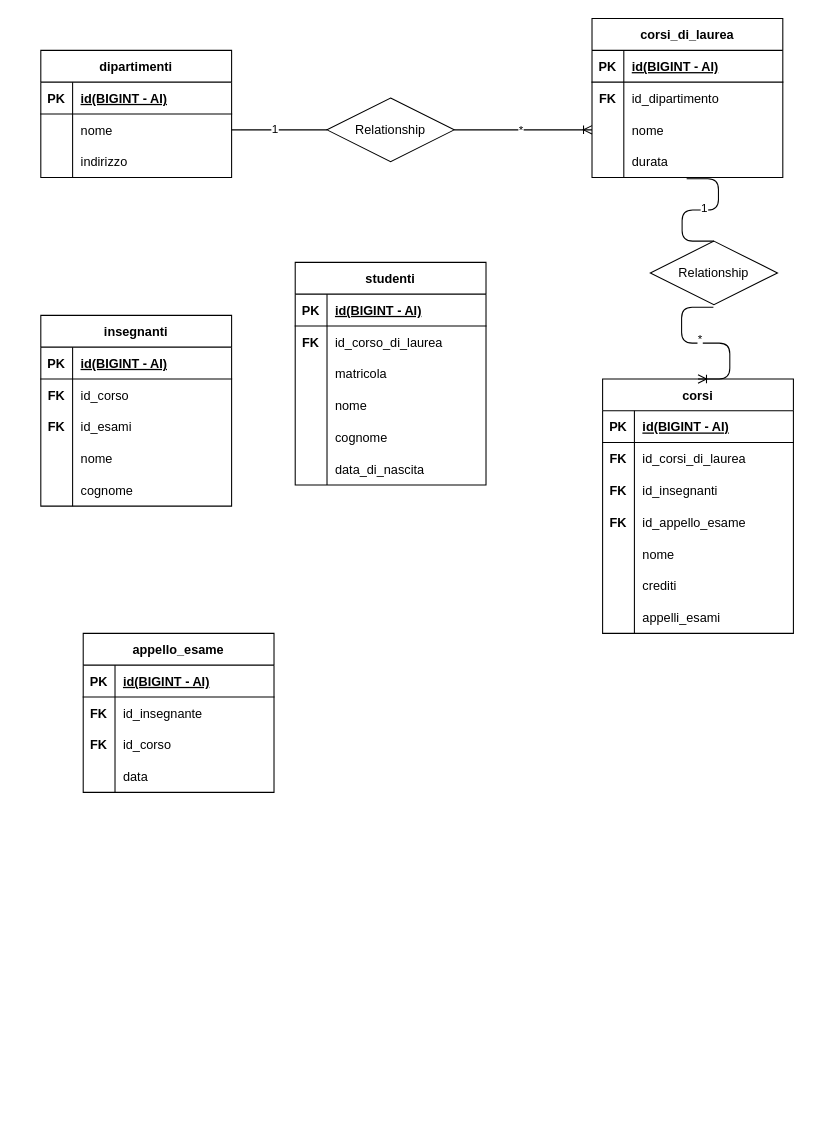
EmilioDeChiara3388/db-university keeps this draw.io diagram as university.drawio. Above is the earlier version. Source tidied: cells renumbered, new cells numbered last; positions are measured from the earlier drawing's top-left corner, leaving out a move shared by most shapes. Both pictures are drawn from the tidied source at 106%, with x=0, y=0 at pixel (40, 18).
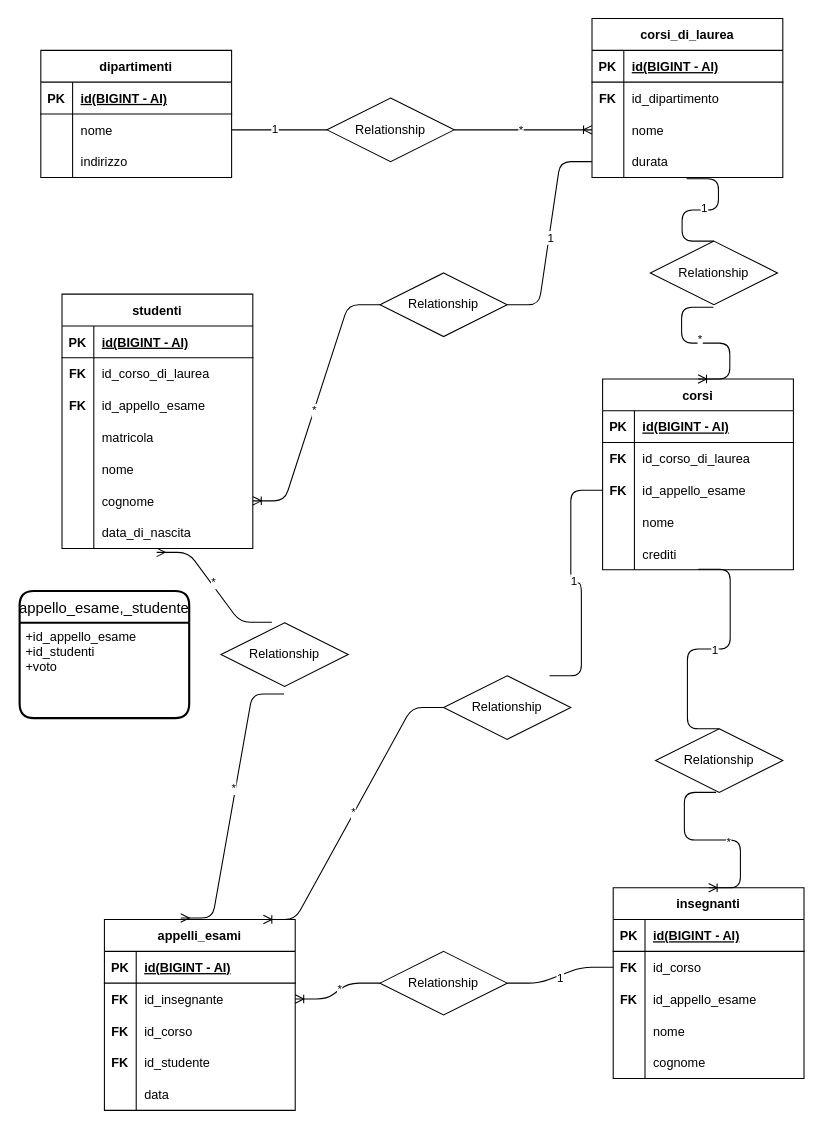
The same diagram, later.

Commit message (it also covers changes not shown here):
add: relationship and fixed entities

The change refers to these unchanged cells:
```xml
<mxCell id="22" style="shape=tableRow;horizontal=0;startSize=0;swimlaneHead=0;swimlaneBody=0;fillColor=none;points=[[0,0.5],[1,0.5]];portConstraint=eastwest;top=0;left=0;right=0;bottom=0;" parent="12" vertex="1">
  <mxGeometry y="120" width="180" height="30" as="geometry" />
</mxCell>
<mxCell id="29" style="shape=tableRow;horizontal=0;startSize=0;swimlaneHead=0;swimlaneBody=0;fillColor=none;points=[[0,0.5],[1,0.5]];portConstraint=eastwest;top=0;left=0;right=0;bottom=0;" parent="25" vertex="1">
  <mxGeometry y="60" width="180" height="30" as="geometry" />
</mxCell>
<mxCell id="32" style="shape=tableRow;horizontal=0;startSize=0;swimlaneHead=0;swimlaneBody=0;fillColor=none;top=0;left=0;right=0;bottom=0;" parent="25" vertex="1">
  <mxGeometry y="90" width="180" height="30" as="geometry" />
</mxCell>
<mxCell id="45" style="shape=tableRow;horizontal=0;startSize=0;swimlaneHead=0;swimlaneBody=0;fillColor=none;points=[[0,0.5],[1,0.5]];portConstraint=eastwest;top=0;left=0;right=0;bottom=0;" parent="41" vertex="1">
  <mxGeometry y="60" width="180" height="30" as="geometry" />
</mxCell>
<mxCell id="51" style="shape=tableRow;horizontal=0;startSize=0;swimlaneHead=0;swimlaneBody=0;fillColor=none;top=0;left=0;right=0;bottom=0;" parent="41" vertex="1">
  <mxGeometry y="120" width="180" height="30" as="geometry" />
</mxCell>
<mxCell id="58" style="shape=tableRow;horizontal=0;startSize=0;swimlaneHead=0;swimlaneBody=0;fillColor=none;top=0;left=0;right=0;bottom=0;" parent="54" vertex="1">
  <mxGeometry y="60" width="180" height="30" as="geometry" />
</mxCell>
```

What changed in the source:
```diff
@@
     <mxCell id="25" value="insegnanti" style="shape=table;startSize=30;childLayout=tableLayout;rowLines=0;fontStyle=1;align=center;" parent="1" vertex="1">
-      <mxGeometry y="280" width="180" height="180" as="geometry" />
+      <mxGeometry x="540" y="820" width="180" height="180" as="geometry" />
     </mxCell>
@@
-    <mxCell id="34" value="id_esami" style="shape=partialRectangle;fillColor=none;top=0;left=0;bottom=0;right=0;align=left;spacingLeft=6;overflow=hidden;" parent="32" vertex="1">
+    <mxCell id="34" value="id_appello_esame" style="shape=partialRectangle;fillColor=none;top=0;left=0;bottom=0;right=0;align=left;spacingLeft=6;overflow=hidden;" parent="32" vertex="1">
       <mxGeometry x="30" width="150" height="30" as="geometry" />
     </mxCell>
@@
-    <mxCell id="41" value="appello_esame" style="shape=table;startSize=30;childLayout=tableLayout;rowLines=0;fontStyle=1;align=center;" parent="1" vertex="1">
-      <mxGeometry x="40" y="580" width="180" height="150" as="geometry" />
+    <mxCell id="41" value="appelli_esami" style="shape=table;startSize=30;childLayout=tableLayout;rowLines=0;fontStyle=1;align=center;" parent="1" vertex="1">
+      <mxGeometry x="60" y="850" width="180" height="180" as="geometry" />
     </mxCell>
@@
-    <mxCell id="52" style="shape=partialRectangle;fillColor=none;top=0;left=0;bottom=0;right=0;overflow=hidden;" parent="51" vertex="1">
+    <mxCell id="52" value="FK" style="shape=partialRectangle;fillColor=none;top=0;left=0;bottom=0;right=0;overflow=hidden;fontStyle=1;" parent="51" vertex="1">
       <mxGeometry width="30" height="30" as="geometry" />
     </mxCell>
-    <mxCell id="53" value="data" style="shape=partialRectangle;fillColor=none;top=0;left=0;bottom=0;right=0;align=left;spacingLeft=6;overflow=hidden;" parent="51" vertex="1">
+    <mxCell id="53" value="id_studente" style="shape=partialRectangle;fillColor=none;top=0;left=0;bottom=0;right=0;align=left;spacingLeft=6;overflow=hidden;" parent="51" vertex="1">
       <mxGeometry x="30" width="150" height="30" as="geometry" />
     </mxCell>
+    <mxCell id="105" style="shape=tableRow;horizontal=0;startSize=0;swimlaneHead=0;swimlaneBody=0;fillColor=none;top=0;left=0;right=0;bottom=0;" parent="41" vertex="1">
+      <mxGeometry y="150" width="180" height="30" as="geometry" />
+    </mxCell>
+    <mxCell id="106" style="shape=partialRectangle;fillColor=none;top=0;left=0;bottom=0;right=0;overflow=hidden;fontStyle=1;" parent="105" vertex="1">
+      <mxGeometry width="30" height="30" as="geometry" />
+    </mxCell>
+    <mxCell id="107" value="data" style="shape=partialRectangle;fillColor=none;top=0;left=0;bottom=0;right=0;align=left;spacingLeft=6;overflow=hidden;" parent="105" vertex="1">
+      <mxGeometry x="30" width="150" height="30" as="geometry" />
+    </mxCell>
     <mxCell id="54" value="corsi" style="shape=table;startSize=30;childLayout=tableLayout;rowLines=0;fontStyle=1;align=center;" parent="1" vertex="1">
-      <mxGeometry x="530" y="340" width="180" height="240" as="geometry" />
+      <mxGeometry x="530" y="340" width="180" height="180" as="geometry" />
     </mxCell>
@@
-    <mxCell id="60" value="id_corsi_di_laurea" style="shape=partialRectangle;fillColor=none;top=0;left=0;bottom=0;right=0;align=left;spacingLeft=6;overflow=hidden;" parent="58" vertex="1">
+    <mxCell id="60" value="id_corso_di_laurea" style="shape=partialRectangle;fillColor=none;top=0;left=0;bottom=0;right=0;align=left;spacingLeft=6;overflow=hidden;" parent="58" vertex="1">
       <mxGeometry x="30" width="150" height="30" as="geometry" />
     </mxCell>
-    <mxCell id="61" style="shape=tableRow;horizontal=0;startSize=0;swimlaneHead=0;swimlaneBody=0;fillColor=none;top=0;left=0;right=0;bottom=0;" parent="54" vertex="1">
-      <mxGeometry y="90" width="180" height="30" as="geometry" />
-    </mxCell>
-    <mxCell id="62" value="FK" style="shape=partialRectangle;fillColor=none;top=0;left=0;bottom=0;right=0;overflow=hidden;fontStyle=1;" parent="61" vertex="1">
-      <mxGeometry width="30" height="30" as="geometry" />
-    </mxCell>
-    <mxCell id="63" value="id_insegnanti" style="shape=partialRectangle;fillColor=none;top=0;left=0;bottom=0;right=0;align=left;spacingLeft=6;overflow=hidden;" parent="61" vertex="1">
-      <mxGeometry x="30" width="150" height="30" as="geometry" />
-    </mxCell>
     <mxCell id="64" style="shape=tableRow;horizontal=0;startSize=0;swimlaneHead=0;swimlaneBody=0;fillColor=none;points=[[0,0.5],[1,0.5]];portConstraint=eastwest;top=0;left=0;right=0;bottom=0;" parent="54" vertex="1">
-      <mxGeometry y="120" width="180" height="30" as="geometry" />
+      <mxGeometry y="90" width="180" height="30" as="geometry" />
     </mxCell>
@@
     <mxCell id="67" style="shape=tableRow;horizontal=0;startSize=0;swimlaneHead=0;swimlaneBody=0;fillColor=none;top=0;left=0;right=0;bottom=0;" parent="54" vertex="1">
-      <mxGeometry y="150" width="180" height="30" as="geometry" />
+      <mxGeometry y="120" width="180" height="30" as="geometry" />
     </mxCell>
@@
     <mxCell id="70" style="shape=tableRow;horizontal=0;startSize=0;swimlaneHead=0;swimlaneBody=0;fillColor=none;points=[[0,0.5],[1,0.5]];portConstraint=eastwest;top=0;left=0;right=0;bottom=0;" parent="54" vertex="1">
-      <mxGeometry y="180" width="180" height="30" as="geometry" />
+      <mxGeometry y="150" width="180" height="30" as="geometry" />
     </mxCell>
@@
-    <mxCell id="73" style="shape=tableRow;horizontal=0;startSize=0;swimlaneHead=0;swimlaneBody=0;fillColor=none;top=0;left=0;right=0;bottom=0;" parent="54" vertex="1">
-      <mxGeometry y="210" width="180" height="30" as="geometry" />
-    </mxCell>
-    <mxCell id="74" style="shape=partialRectangle;fillColor=none;top=0;left=0;bottom=0;right=0;overflow=hidden;" parent="73" vertex="1">
-      <mxGeometry width="30" height="30" as="geometry" />
-    </mxCell>
-    <mxCell id="75" value="appelli_esami" style="shape=partialRectangle;fillColor=none;top=0;left=0;bottom=0;right=0;align=left;spacingLeft=6;overflow=hidden;" parent="73" vertex="1">
-      <mxGeometry x="30" width="150" height="30" as="geometry" />
-    </mxCell>
     <mxCell id="76" value="studenti" style="shape=table;startSize=30;childLayout=tableLayout;rowLines=0;fontStyle=1;align=center;" parent="1" vertex="1">
-      <mxGeometry x="240" y="230" width="180" height="210" as="geometry" />
+      <mxGeometry x="20" y="260" width="180" height="240" as="geometry" />
     </mxCell>
@@
+    <mxCell id="61" style="shape=tableRow;horizontal=0;startSize=0;swimlaneHead=0;swimlaneBody=0;fillColor=none;top=0;left=0;right=0;bottom=0;" parent="76" vertex="1">
+      <mxGeometry y="90" width="180" height="30" as="geometry" />
+    </mxCell>
+    <mxCell id="62" value="FK" style="shape=partialRectangle;fillColor=none;top=0;left=0;bottom=0;right=0;overflow=hidden;fontStyle=1;" parent="61" vertex="1">
+      <mxGeometry width="30" height="30" as="geometry" />
+    </mxCell>
+    <mxCell id="108" value="id_appello_esame" style="shape=partialRectangle;fillColor=none;top=0;left=0;bottom=0;right=0;align=left;spacingLeft=6;overflow=hidden;" parent="61" vertex="1">
+      <mxGeometry x="30" width="150" height="30" as="geometry" />
+    </mxCell>
     <mxCell id="83" style="shape=tableRow;horizontal=0;startSize=0;swimlaneHead=0;swimlaneBody=0;fillColor=none;top=0;left=0;right=0;bottom=0;" parent="76" vertex="1">
-      <mxGeometry y="90" width="180" height="30" as="geometry" />
+      <mxGeometry y="120" width="180" height="30" as="geometry" />
     </mxCell>
@@
     <mxCell id="86" style="shape=tableRow;horizontal=0;startSize=0;swimlaneHead=0;swimlaneBody=0;fillColor=none;top=0;left=0;right=0;bottom=0;" parent="76" vertex="1">
-      <mxGeometry y="120" width="180" height="30" as="geometry" />
+      <mxGeometry y="150" width="180" height="30" as="geometry" />
     </mxCell>
@@
     <mxCell id="89" style="shape=tableRow;horizontal=0;startSize=0;swimlaneHead=0;swimlaneBody=0;fillColor=none;points=[[0,0.5],[1,0.5]];portConstraint=eastwest;top=0;left=0;right=0;bottom=0;" parent="76" vertex="1">
-      <mxGeometry y="150" width="180" height="30" as="geometry" />
+      <mxGeometry y="180" width="180" height="30" as="geometry" />
     </mxCell>
@@
     <mxCell id="92" style="shape=tableRow;horizontal=0;startSize=0;swimlaneHead=0;swimlaneBody=0;fillColor=none;points=[[0,0.5],[1,0.5]];portConstraint=eastwest;top=0;left=0;right=0;bottom=0;" parent="76" vertex="1">
-      <mxGeometry y="180" width="180" height="30" as="geometry" />
+      <mxGeometry y="210" width="180" height="30" as="geometry" />
     </mxCell>
@@
+    <mxCell id="109" style="edgeStyle=entityRelationEdgeStyle;fontSize=12;html=1;endArrow=ERoneToMany;exitX=0.476;exitY=1;exitDx=0;exitDy=0;exitPerimeter=0;entryX=0.5;entryY=0;entryDx=0;entryDy=0;startArrow=none;" parent="1" edge="1" source="113" target="25">
+      <mxGeometry relative="1" as="geometry" />
+    </mxCell>
+    <mxCell id="110" value="*" style="edgeLabel;html=1;align=center;verticalAlign=middle;" parent="109" vertex="1">
+      <mxGeometry x="0.14" y="-1" relative="1" as="geometry" />
+    </mxCell>
+    <mxCell id="111" style="edgeStyle=entityRelationEdgeStyle;fontSize=12;html=1;endArrow=none;exitX=0.502;exitY=0.987;exitDx=0;exitDy=0;exitPerimeter=0;entryX=0.5;entryY=0;entryDx=0;entryDy=0;" parent="1" edge="1" source="70" target="113">
+      <mxGeometry relative="1" as="geometry" />
+    </mxCell>
+    <mxCell id="112" value="1" style="edgeLabel;html=1;align=center;verticalAlign=middle;" parent="111" vertex="1">
+      <mxGeometry x="-0.04" y="1" relative="1" as="geometry" />
+    </mxCell>
+    <mxCell id="113" value="Relationship" style="shape=rhombus;perimeter=rhombusPerimeter;whiteSpace=wrap;html=1;align=center;fillColor=none;" parent="1" vertex="1">
+      <mxGeometry x="580" y="670" width="120" height="60" as="geometry" />
+    </mxCell>
+    <mxCell id="114" style="edgeStyle=entityRelationEdgeStyle;fontSize=12;html=1;endArrow=ERoneToMany;entryX=1;entryY=0.5;entryDx=0;entryDy=0;exitX=0;exitY=0.5;exitDx=0;exitDy=0;startArrow=none;" parent="1" edge="1" source="118" target="89">
+      <mxGeometry relative="1" as="geometry" />
+    </mxCell>
+    <mxCell id="115" value="*" style="edgeLabel;html=1;align=center;verticalAlign=middle;" parent="114" vertex="1">
+      <mxGeometry x="0.06" relative="1" as="geometry" />
+    </mxCell>
+    <mxCell id="116" style="edgeStyle=entityRelationEdgeStyle;fontSize=12;html=1;endArrow=none;entryX=1;entryY=0.5;entryDx=0;entryDy=0;exitX=0;exitY=0.5;exitDx=0;exitDy=0;" parent="1" edge="1" source="22" target="118">
+      <mxGeometry relative="1" as="geometry" />
+    </mxCell>
+    <mxCell id="117" value="1" style="edgeLabel;html=1;align=center;verticalAlign=middle;" parent="116" vertex="1">
+      <mxGeometry x="0.04" y="1" relative="1" as="geometry" />
+    </mxCell>
+    <mxCell id="118" value="Relationship" style="shape=rhombus;perimeter=rhombusPerimeter;whiteSpace=wrap;html=1;align=center;fillColor=none;" parent="1" vertex="1">
+      <mxGeometry x="320" y="240" width="120" height="60" as="geometry" />
+    </mxCell>
+    <mxCell id="119" style="edgeStyle=entityRelationEdgeStyle;fontSize=12;html=1;endArrow=ERmany;startArrow=none;exitX=0.4;exitY=-0.008;exitDx=0;exitDy=0;exitPerimeter=0;entryX=0.496;entryY=1.12;entryDx=0;entryDy=0;entryPerimeter=0;" parent="1" edge="1" source="123" target="92">
+      <mxGeometry relative="1" as="geometry" />
+    </mxCell>
+    <mxCell id="120" value="*" style="edgeLabel;html=1;align=center;verticalAlign=middle;" parent="119" vertex="1">
+      <mxGeometry x="0.07" y="-2" relative="1" as="geometry" />
+    </mxCell>
+    <mxCell id="121" style="edgeStyle=entityRelationEdgeStyle;fontSize=12;html=1;endArrow=none;startArrow=ERmany;exitX=0.4;exitY=-0.008;exitDx=0;exitDy=0;exitPerimeter=0;entryX=0.496;entryY=1.12;entryDx=0;entryDy=0;entryPerimeter=0;" parent="1" edge="1" source="41" target="123">
+      <mxGeometry relative="1" as="geometry" />
+    </mxCell>
+    <mxCell id="122" value="*" style="edgeLabel;html=1;align=center;verticalAlign=middle;" parent="121" vertex="1">
+      <mxGeometry x="0.12" y="2" relative="1" as="geometry">
+        <mxPoint y="-1" as="offset" />
+      </mxGeometry>
+    </mxCell>
+    <mxCell id="123" value="Relationship" style="shape=rhombus;perimeter=rhombusPerimeter;whiteSpace=wrap;html=1;align=center;fillColor=none;" parent="1" vertex="1">
+      <mxGeometry x="170" y="570" width="120" height="60" as="geometry" />
+    </mxCell>
+    <mxCell id="124" value="appello_esame,_studente" style="swimlane;horizontal=1;startSize=30;rounded=1;fontSize=14;fontStyle=0;strokeWidth=2;shadow=0;dashed=0;align=center;fillColor=none;" parent="1" vertex="1">
+      <mxGeometry x="-20" y="540" width="160" height="120" as="geometry" />
+    </mxCell>
+    <mxCell id="125" value="+id_appello_esame&#10;+id_studenti&#10;+voto" style="align=left;strokeColor=none;fillColor=none;spacingLeft=4;fontSize=12;verticalAlign=top;" parent="124" vertex="1">
+      <mxGeometry y="30" width="160" height="90" as="geometry" />
+    </mxCell>
+    <mxCell id="126" style="edgeStyle=entityRelationEdgeStyle;fontSize=12;html=1;endArrow=ERoneToMany;exitX=0;exitY=0.5;exitDx=0;exitDy=0;entryX=0.833;entryY=0;entryDx=0;entryDy=0;entryPerimeter=0;startArrow=none;" parent="1" edge="1" source="130" target="41">
+      <mxGeometry relative="1" as="geometry" />
+    </mxCell>
+    <mxCell id="127" value="*" style="edgeLabel;html=1;align=center;verticalAlign=middle;" parent="126" vertex="1">
+      <mxGeometry x="-0.01" y="-1" relative="1" as="geometry" />
+    </mxCell>
+    <mxCell id="128" style="edgeStyle=entityRelationEdgeStyle;fontSize=12;html=1;endArrow=none;exitX=0;exitY=0.5;exitDx=0;exitDy=0;entryX=0.833;entryY=0;entryDx=0;entryDy=0;entryPerimeter=0;" parent="1" edge="1" source="64" target="130">
+      <mxGeometry relative="1" as="geometry" />
+    </mxCell>
+    <mxCell id="129" value="1" style="edgeLabel;html=1;align=center;verticalAlign=middle;" parent="128" vertex="1">
+      <mxGeometry x="-0.02" y="2" relative="1" as="geometry" />
+    </mxCell>
+    <mxCell id="130" value="Relationship" style="shape=rhombus;perimeter=rhombusPerimeter;whiteSpace=wrap;html=1;align=center;fillColor=none;" parent="1" vertex="1">
+      <mxGeometry x="380" y="620" width="120" height="60" as="geometry" />
+    </mxCell>
+    <mxCell id="131" style="edgeStyle=entityRelationEdgeStyle;fontSize=12;html=1;endArrow=ERoneToMany;entryX=1;entryY=0.5;entryDx=0;entryDy=0;exitX=0;exitY=0.5;exitDx=0;exitDy=0;startArrow=none;" parent="1" edge="1" source="135" target="45">
+      <mxGeometry relative="1" as="geometry" />
+    </mxCell>
+    <mxCell id="132" value="*" style="edgeLabel;html=1;align=center;verticalAlign=middle;" parent="131" vertex="1">
+      <mxGeometry x="-0.05" y="-1" relative="1" as="geometry" />
+    </mxCell>
+    <mxCell id="133" style="edgeStyle=entityRelationEdgeStyle;fontSize=12;html=1;endArrow=none;entryX=1;entryY=0.5;entryDx=0;entryDy=0;exitX=0;exitY=0.5;exitDx=0;exitDy=0;" parent="1" edge="1" source="29" target="135">
+      <mxGeometry relative="1" as="geometry" />
+    </mxCell>
+    <mxCell id="134" value="1" style="edgeLabel;html=1;align=center;verticalAlign=middle;" parent="133" vertex="1">
+      <mxGeometry x="0.03" y="2" relative="1" as="geometry" />
+    </mxCell>
+    <mxCell id="135" value="Relationship" style="shape=rhombus;perimeter=rhombusPerimeter;whiteSpace=wrap;html=1;align=center;fillColor=none;" parent="1" vertex="1">
+      <mxGeometry x="320" y="880" width="120" height="60" as="geometry" />
+    </mxCell>
```
